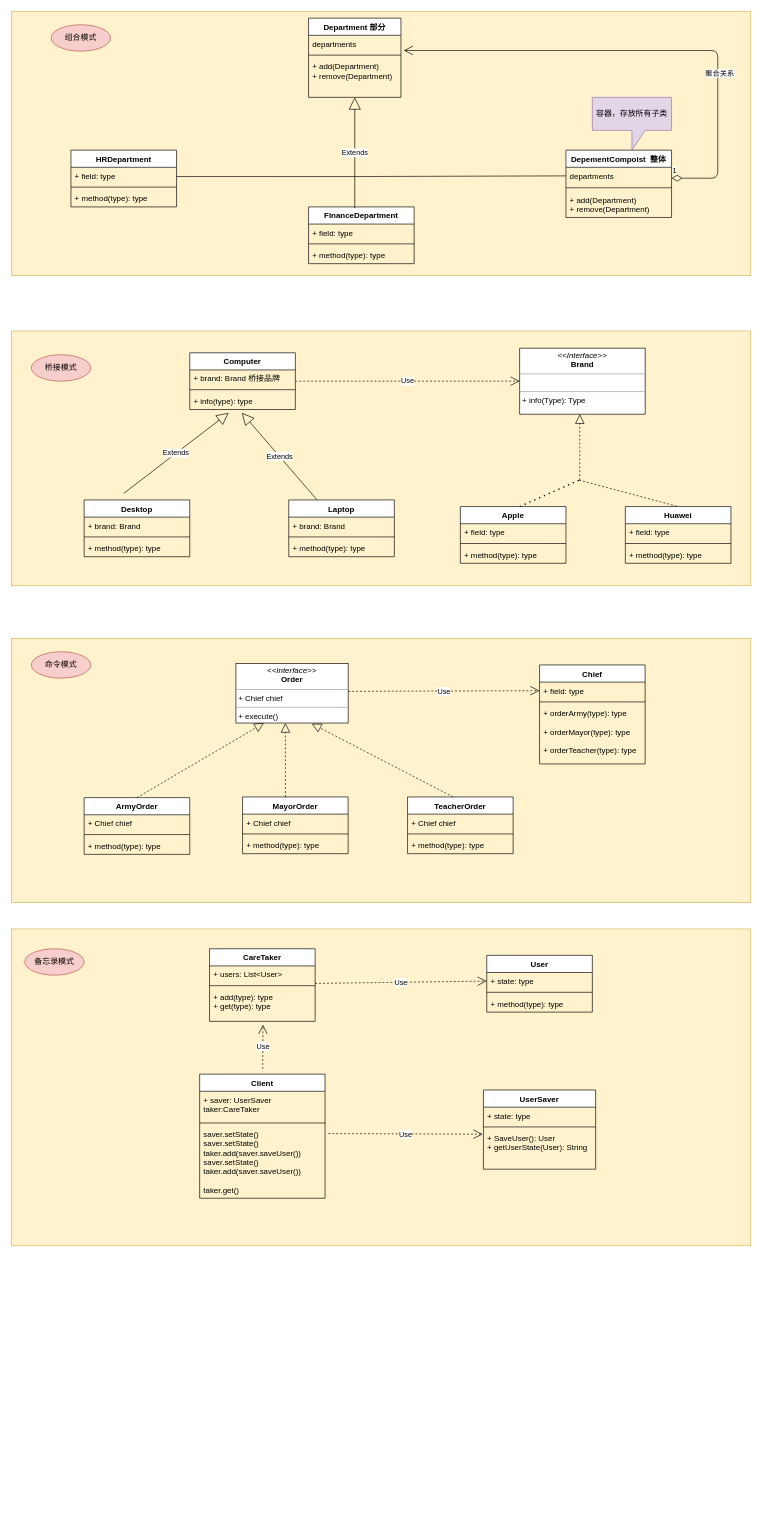
Before: 设计模式.drawio in ErikChanGit/Draw.io, a draw.io diagram. Source tidied: cells renumbered, new cells numbered last; positions are measured from the earlier drawing's top-left corner, leaving out a move shared by most shapes. Both pictures are drawn from the tidied source at 66%, with x=0, y=0 at pixel (11, 11).
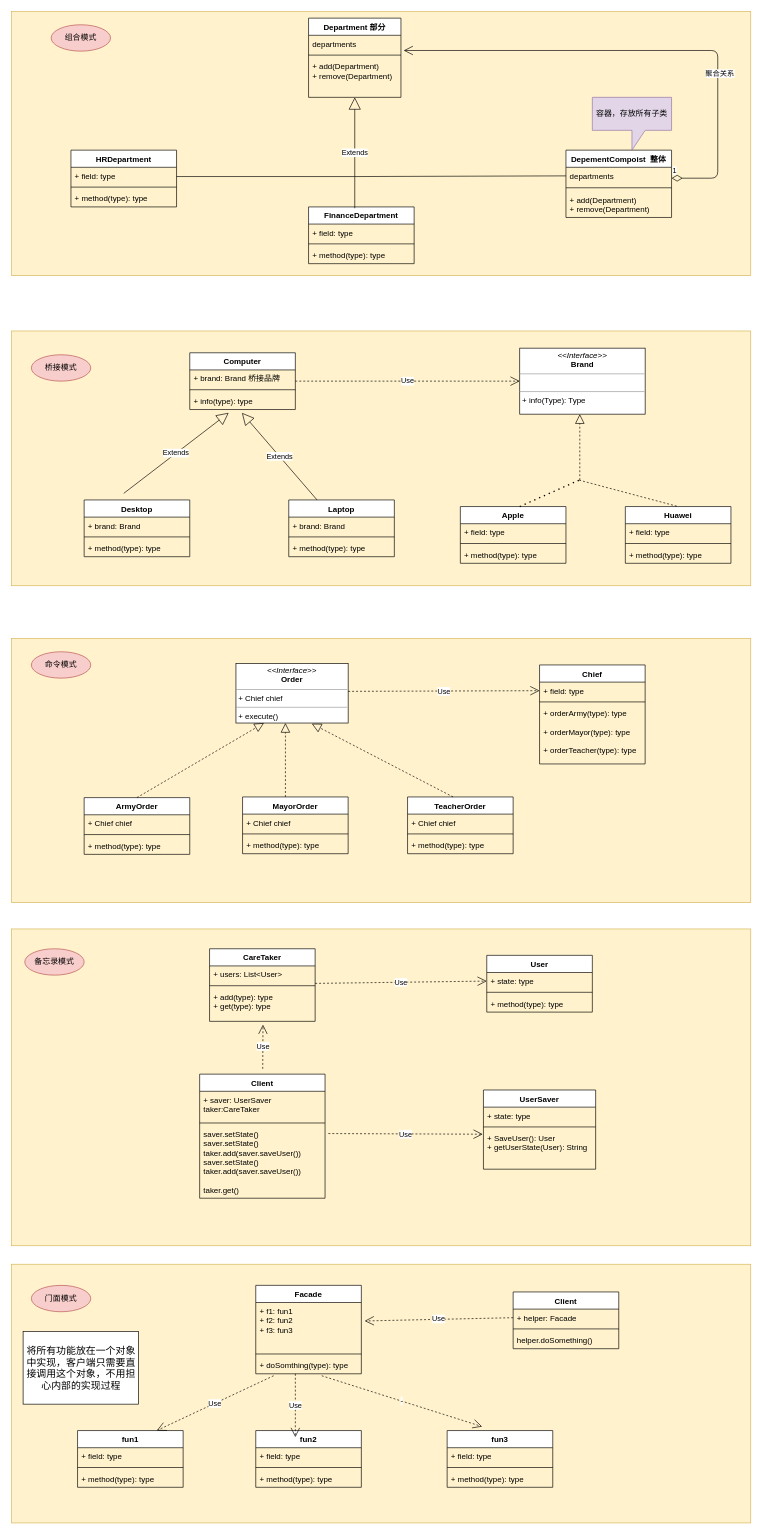
The same diagram, later.

Commit message:
添加 门面设计模式.drawio

What changed in the source:
```diff
@@
+    <mxCell id="99" style="rounded=0;whiteSpace=wrap;html=1;hachureGap=4;fillColor=#fff2cc;strokeColor=#d6b656;" parent="1" vertex="1">
+      <mxGeometry y="1898" width="1120" height="392" as="geometry" />
+    </mxCell>
+    <mxCell id="100" value="门面模式" style="ellipse;whiteSpace=wrap;html=1;fillColor=#f8cecc;strokeColor=#b85450;" parent="1" vertex="1">
+      <mxGeometry x="30" y="1930" width="90" height="40" as="geometry" />
+    </mxCell>
+    <mxCell id="101" value="Facade" style="swimlane;fontStyle=1;align=center;verticalAlign=top;horizontal=1;startSize=26;hachureGap=4;" parent="1" vertex="1">
+      <mxGeometry x="370" y="1930" width="160" height="134" as="geometry" />
+    </mxCell>
+    <mxCell id="102" value="+ f1: fun1&#10;+ f2: fun2&#10;+ f3: fun3&#10;" style="text;strokeColor=none;fillColor=none;align=left;verticalAlign=top;spacingLeft=4;spacingRight=4;overflow=hidden;points=[[0,0.5],[1,0.5]];portConstraint=eastwest;" parent="101" vertex="1">
+      <mxGeometry y="26" width="160" height="74" as="geometry" />
+    </mxCell>
+    <mxCell id="103" style="line;strokeWidth=1;fillColor=none;align=left;verticalAlign=middle;spacingTop=-1;spacingLeft=3;spacingRight=3;labelPosition=right;" parent="101" vertex="1">
+      <mxGeometry y="100" width="160" height="8" as="geometry" />
+    </mxCell>
+    <mxCell id="104" value="+ doSomthing(type): type" style="text;strokeColor=none;fillColor=none;align=left;verticalAlign=top;spacingLeft=4;spacingRight=4;overflow=hidden;points=[[0,0.5],[1,0.5]];portConstraint=eastwest;" parent="101" vertex="1">
+      <mxGeometry y="108" width="160" height="26" as="geometry" />
+    </mxCell>
+    <mxCell id="105" value="fun1" style="swimlane;fontStyle=1;align=center;verticalAlign=top;horizontal=1;startSize=26;hachureGap=4;" parent="1" vertex="1">
+      <mxGeometry x="100" y="2150" width="160" height="86" as="geometry" />
+    </mxCell>
+    <mxCell id="106" value="+ field: type" style="text;strokeColor=none;fillColor=none;align=left;verticalAlign=top;spacingLeft=4;spacingRight=4;overflow=hidden;" parent="105" vertex="1">
+      <mxGeometry y="26" width="160" height="26" as="geometry" />
+    </mxCell>
+    <mxCell id="107" style="line;strokeWidth=1;fillColor=none;align=left;verticalAlign=middle;spacingTop=-1;spacingLeft=3;spacingRight=3;labelPosition=right;" parent="105" vertex="1">
+      <mxGeometry y="52" width="160" height="8" as="geometry" />
+    </mxCell>
+    <mxCell id="108" value="+ method(type): type" style="text;strokeColor=none;fillColor=none;align=left;verticalAlign=top;spacingLeft=4;spacingRight=4;overflow=hidden;" parent="105" vertex="1">
+      <mxGeometry y="60" width="160" height="26" as="geometry" />
+    </mxCell>
+    <mxCell id="109" value="fun2" style="swimlane;fontStyle=1;align=center;verticalAlign=top;horizontal=1;startSize=26;hachureGap=4;" parent="1" vertex="1">
+      <mxGeometry x="370" y="2150" width="160" height="86" as="geometry" />
+    </mxCell>
+    <mxCell id="110" value="+ field: type" style="text;strokeColor=none;fillColor=none;align=left;verticalAlign=top;spacingLeft=4;spacingRight=4;overflow=hidden;" parent="109" vertex="1">
+      <mxGeometry y="26" width="160" height="26" as="geometry" />
+    </mxCell>
+    <mxCell id="111" style="line;strokeWidth=1;fillColor=none;align=left;verticalAlign=middle;spacingTop=-1;spacingLeft=3;spacingRight=3;labelPosition=right;" parent="109" vertex="1">
+      <mxGeometry y="52" width="160" height="8" as="geometry" />
+    </mxCell>
+    <mxCell id="112" value="+ method(type): type" style="text;strokeColor=none;fillColor=none;align=left;verticalAlign=top;spacingLeft=4;spacingRight=4;overflow=hidden;" parent="109" vertex="1">
+      <mxGeometry y="60" width="160" height="26" as="geometry" />
+    </mxCell>
+    <mxCell id="113" value="fun3" style="swimlane;fontStyle=1;align=center;verticalAlign=top;horizontal=1;startSize=26;hachureGap=4;" parent="1" vertex="1">
+      <mxGeometry x="660" y="2150" width="160" height="86" as="geometry" />
+    </mxCell>
+    <mxCell id="114" value="+ field: type" style="text;strokeColor=none;fillColor=none;align=left;verticalAlign=top;spacingLeft=4;spacingRight=4;overflow=hidden;" parent="113" vertex="1">
+      <mxGeometry y="26" width="160" height="26" as="geometry" />
+    </mxCell>
+    <mxCell id="115" style="line;strokeWidth=1;fillColor=none;align=left;verticalAlign=middle;spacingTop=-1;spacingLeft=3;spacingRight=3;labelPosition=right;" parent="113" vertex="1">
+      <mxGeometry y="52" width="160" height="8" as="geometry" />
+    </mxCell>
+    <mxCell id="116" value="+ method(type): type" style="text;strokeColor=none;fillColor=none;align=left;verticalAlign=top;spacingLeft=4;spacingRight=4;overflow=hidden;" parent="113" vertex="1">
+      <mxGeometry y="60" width="160" height="26" as="geometry" />
+    </mxCell>
+    <mxCell id="117" value="Client" style="swimlane;fontStyle=1;align=center;verticalAlign=top;horizontal=1;startSize=26;hachureGap=4;" parent="1" vertex="1">
+      <mxGeometry x="760" y="1940" width="160" height="86" as="geometry" />
+    </mxCell>
+    <mxCell id="118" value="+ helper: Facade" style="text;strokeColor=none;fillColor=none;align=left;verticalAlign=top;spacingLeft=4;spacingRight=4;overflow=hidden;points=[[0,0.5],[1,0.5]];portConstraint=eastwest;" parent="117" vertex="1">
+      <mxGeometry y="26" width="160" height="26" as="geometry" />
+    </mxCell>
+    <mxCell id="119" style="line;strokeWidth=1;fillColor=none;align=left;verticalAlign=middle;spacingTop=-1;spacingLeft=3;spacingRight=3;labelPosition=right;" parent="117" vertex="1">
+      <mxGeometry y="52" width="160" height="8" as="geometry" />
+    </mxCell>
+    <mxCell id="120" value="helper.doSomething()" style="text;strokeColor=none;fillColor=none;align=left;verticalAlign=top;spacingLeft=4;spacingRight=4;overflow=hidden;" parent="117" vertex="1">
+      <mxGeometry y="60" width="160" height="26" as="geometry" />
+    </mxCell>
+    <mxCell id="121" value="&lt;font style=&quot;font-size: 15px&quot;&gt;将所有功能放在一个对象中实现，客户端只需要直接调用这个对象，不用担心内部的实现过程&lt;/font&gt;" style="rounded=0;whiteSpace=wrap;html=1;hachureGap=4;" parent="1" vertex="1">
+      <mxGeometry x="17.5" y="2000" width="175" height="110" as="geometry" />
+    </mxCell>
+    <mxCell id="122" value="-" style="endArrow=open;endSize=12;dashed=1;html=1;sourcePerimeterSpacing=8;targetPerimeterSpacing=8;entryX=0.331;entryY=-0.035;entryDx=0;entryDy=0;entryPerimeter=0;" parent="1" edge="1">
+      <mxGeometry relative="1" as="geometry">
+        <mxPoint x="470" y="2067" as="sourcePoint" />
+        <mxPoint x="713" y="2144" as="targetPoint" />
+      </mxGeometry>
+    </mxCell>
+    <mxCell id="123" value="Use" style="endArrow=open;endSize=12;dashed=1;html=1;sourcePerimeterSpacing=8;targetPerimeterSpacing=8;entryX=0.75;entryY=0;entryDx=0;entryDy=0;exitX=0.169;exitY=1.115;exitDx=0;exitDy=0;exitPerimeter=0;" parent="1" edge="1" source="104" target="105">
+      <mxGeometry relative="1" as="geometry" />
+    </mxCell>
+    <mxCell id="124" value="Use" style="endArrow=open;endSize=12;dashed=1;html=1;sourcePerimeterSpacing=8;targetPerimeterSpacing=8;" parent="1" edge="1">
+      <mxGeometry relative="1" as="geometry">
+        <mxPoint x="430" y="2064" as="sourcePoint" />
+        <mxPoint x="430" y="2160" as="targetPoint" />
+      </mxGeometry>
+    </mxCell>
+    <mxCell id="125" value="Use" style="endArrow=open;endSize=12;dashed=1;html=1;sourcePerimeterSpacing=8;targetPerimeterSpacing=8;exitX=0;exitY=0.5;exitDx=0;exitDy=0;entryX=1.031;entryY=0.378;entryDx=0;entryDy=0;entryPerimeter=0;" parent="1" edge="1" source="118" target="102">
+      <mxGeometry relative="1" as="geometry" />
+    </mxCell>
```
